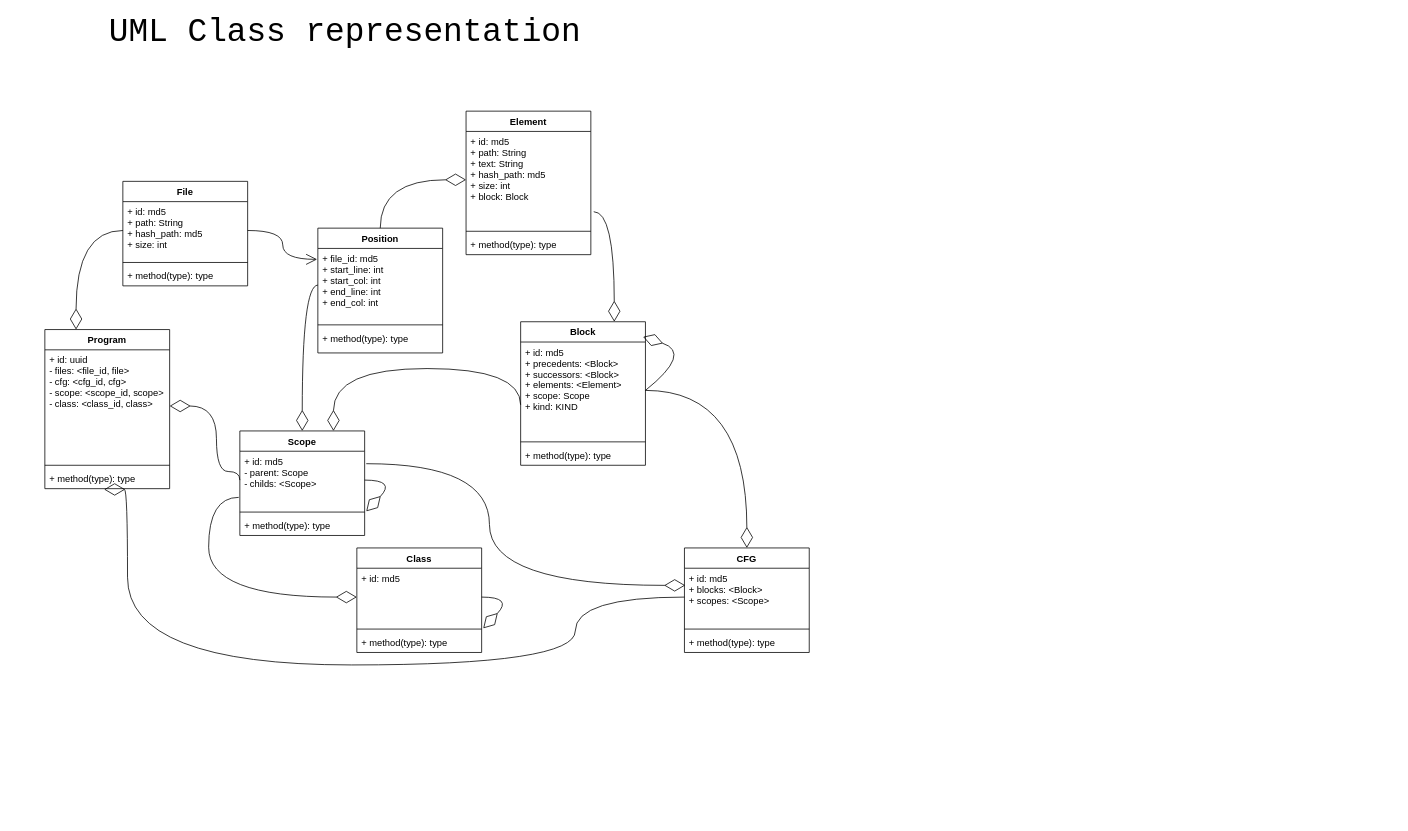
Earlier version of the draw.io diagram page "UML" (4 of 5) of doc/raisin.drawio (conformism/raisin). Source tidied: cells renumbered, new cells numbered last; positions are measured from the earlier drawing's top-left corner, leaving out a move shared by most shapes. Both pictures are drawn from the tidied source at 78%, with x=0, y=0 at pixel (13, 17).
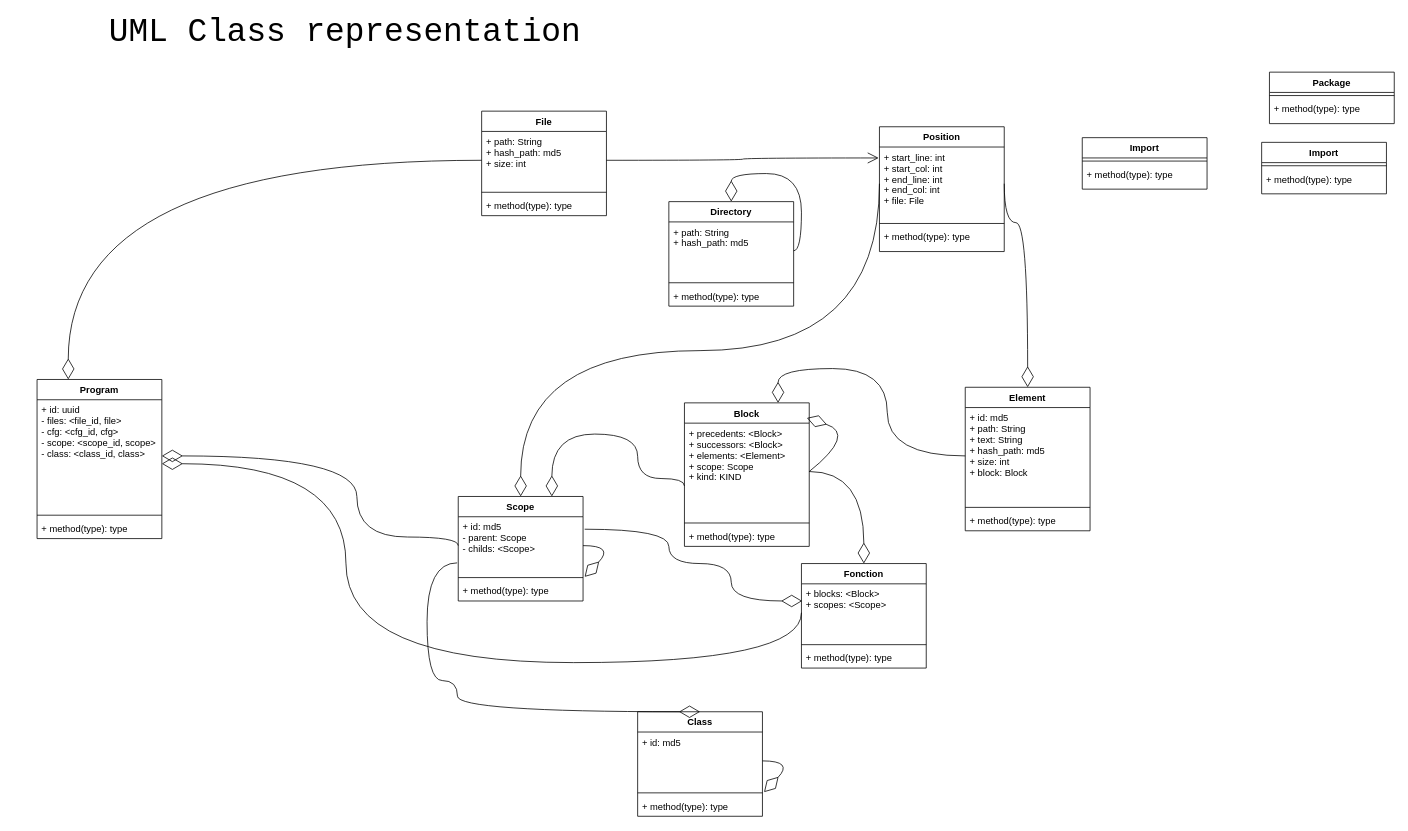
The same page after the edit.

Unchanged cells that the change refers to:
```xml
<mxCell id="12" value="+ id: md5&#10;+ path: String&#10;+ text: String&#10;+ hash_path: md5&#10;+ size: int&#10;+ block: Block" style="text;strokeColor=none;fillColor=none;align=left;verticalAlign=top;spacingLeft=4;spacingRight=4;overflow=hidden;points=[[0,0.5],[1,0.5]];portConstraint=eastwest;" parent="11" vertex="1">
  <mxGeometry y="26" width="160" height="124" as="geometry" />
</mxCell>
<mxCell id="16" value="+ id: md5&#10;- parent: Scope&#10;- childs: &lt;Scope&gt;" style="text;strokeColor=none;fillColor=none;align=left;verticalAlign=top;spacingLeft=4;spacingRight=4;overflow=hidden;points=[[0,0.5],[1,0.5]];portConstraint=eastwest;" parent="15" vertex="1">
  <mxGeometry y="26" width="160" height="74" as="geometry" />
</mxCell>
<mxCell id="25" value="+ id: uuid&#10;- files: &lt;file_id, file&gt;&#10;- cfg: &lt;cfg_id, cfg&gt;&#10;- scope: &lt;scope_id, scope&gt;&#10;- class: &lt;class_id, class&gt;" style="text;strokeColor=none;fillColor=none;align=left;verticalAlign=top;spacingLeft=4;spacingRight=4;overflow=hidden;points=[[0,0.5],[1,0.5]];portConstraint=eastwest;" parent="24" vertex="1">
  <mxGeometry y="26" width="160" height="144" as="geometry" />
</mxCell>
<mxCell id="27" value="+ method(type): type" style="text;strokeColor=none;fillColor=none;align=left;verticalAlign=top;spacingLeft=4;spacingRight=4;overflow=hidden;points=[[0,0.5],[1,0.5]];portConstraint=eastwest;" parent="24" vertex="1">
  <mxGeometry y="178" width="160" height="26" as="geometry" />
</mxCell>
<mxCell id="41" value="+ id: md5" style="text;strokeColor=none;fillColor=none;align=left;verticalAlign=top;spacingLeft=4;spacingRight=4;overflow=hidden;points=[[0,0.5],[1,0.5]];portConstraint=eastwest;" parent="40" vertex="1">
  <mxGeometry y="26" width="160" height="74" as="geometry" />
</mxCell>
```

Change to the diagram source:
```diff
@@
     <mxCell id="2" value="File" style="swimlane;fontStyle=1;align=center;verticalAlign=top;horizontal=1;startSize=26;" parent="1" vertex="1">
-      <mxGeometry x="140" y="210" width="160" height="134" as="geometry" />
+      <mxGeometry x="600" y="120" width="160" height="134" as="geometry" />
     </mxCell>
-    <mxCell id="3" value="+ id: md5&#10;+ path: String&#10;+ hash_path: md5&#10;+ size: int" style="text;strokeColor=none;fillColor=none;align=left;verticalAlign=top;spacingLeft=4;spacingRight=4;overflow=hidden;points=[[0,0.5],[1,0.5]];portConstraint=eastwest;" parent="2" vertex="1">
+    <mxCell id="3" value="+ path: String&#10;+ hash_path: md5&#10;+ size: int" style="text;strokeColor=none;fillColor=none;align=left;verticalAlign=top;spacingLeft=4;spacingRight=4;overflow=hidden;points=[[0,0.5],[1,0.5]];portConstraint=eastwest;" parent="2" vertex="1">
       <mxGeometry y="26" width="160" height="74" as="geometry" />
     </mxCell>
@@
     <mxCell id="6" value="Block" style="swimlane;fontStyle=1;align=center;verticalAlign=top;horizontal=1;startSize=26;" parent="1" vertex="1">
-      <mxGeometry x="650" y="390" width="160" height="184" as="geometry" />
+      <mxGeometry x="860" y="494" width="160" height="184" as="geometry" />
     </mxCell>
-    <mxCell id="7" value="+ id: md5&#10;+ precedents: &lt;Block&gt;&#10;+ successors: &lt;Block&gt;&#10;+ elements: &lt;Element&gt;&#10;+ scope: Scope&#10;+ kind: KIND" style="text;strokeColor=none;fillColor=none;align=left;verticalAlign=top;spacingLeft=4;spacingRight=4;overflow=hidden;points=[[0,0.5],[1,0.5]];portConstraint=eastwest;" parent="6" vertex="1">
+    <mxCell id="7" value="+ precedents: &lt;Block&gt;&#10;+ successors: &lt;Block&gt;&#10;+ elements: &lt;Element&gt;&#10;+ scope: Scope&#10;+ kind: KIND" style="text;strokeColor=none;fillColor=none;align=left;verticalAlign=top;spacingLeft=4;spacingRight=4;overflow=hidden;points=[[0,0.5],[1,0.5]];portConstraint=eastwest;" parent="6" vertex="1">
       <mxGeometry y="26" width="160" height="124" as="geometry" />
     </mxCell>
@@
     <mxCell id="11" value="Element" style="swimlane;fontStyle=1;align=center;verticalAlign=top;horizontal=1;startSize=26;" parent="1" vertex="1">
-      <mxGeometry x="580" y="120" width="160" height="184" as="geometry" />
+      <mxGeometry x="1220" y="474" width="160" height="184" as="geometry" />
     </mxCell>
@@
     <mxCell id="15" value="Scope" style="swimlane;fontStyle=1;align=center;verticalAlign=top;horizontal=1;startSize=26;" parent="1" vertex="1">
-      <mxGeometry x="290" y="530" width="160" height="134" as="geometry" />
+      <mxGeometry x="570" y="614" width="160" height="134" as="geometry" />
     </mxCell>
@@
-    <mxCell id="20" value="CFG" style="swimlane;fontStyle=1;align=center;verticalAlign=top;horizontal=1;startSize=26;" parent="1" vertex="1">
-      <mxGeometry x="860" y="680" width="160" height="134" as="geometry" />
+    <mxCell id="20" value="Fonction" style="swimlane;fontStyle=1;align=center;verticalAlign=top;horizontal=1;startSize=26;" parent="1" vertex="1">
+      <mxGeometry x="1010" y="700" width="160" height="134" as="geometry" />
     </mxCell>
-    <mxCell id="21" value="+ id: md5&#10;+ blocks: &lt;Block&gt;&#10;+ scopes: &lt;Scope&gt;" style="text;strokeColor=none;fillColor=none;align=left;verticalAlign=top;spacingLeft=4;spacingRight=4;overflow=hidden;points=[[0,0.5],[1,0.5]];portConstraint=eastwest;" parent="20" vertex="1">
+    <mxCell id="21" value="+ blocks: &lt;Block&gt;&#10;+ scopes: &lt;Scope&gt;" style="text;strokeColor=none;fillColor=none;align=left;verticalAlign=top;spacingLeft=4;spacingRight=4;overflow=hidden;points=[[0,0.5],[1,0.5]];portConstraint=eastwest;" parent="20" vertex="1">
       <mxGeometry y="26" width="160" height="74" as="geometry" />
     </mxCell>
@@
     <mxCell id="24" value="Program" style="swimlane;fontStyle=1;align=center;verticalAlign=top;horizontal=1;startSize=26;" parent="1" vertex="1">
-      <mxGeometry x="40" y="400" width="160" height="204" as="geometry" />
+      <mxGeometry x="30" y="464" width="160" height="204" as="geometry" />
     </mxCell>
@@
     <mxCell id="30" style="endArrow=diamondThin;endFill=0;endSize=24;html=1;exitX=0;exitY=0.649;exitDx=0;exitDy=0;entryX=0.75;entryY=0;entryDx=0;entryDy=0;exitPerimeter=0;edgeStyle=orthogonalEdgeStyle;curved=1;" parent="1" edge="1" source="7" target="15">
       <mxGeometry relative="1" as="geometry">
         <Array as="points">
-          <mxPoint x="650" y="450" />
-          <mxPoint x="410" y="450" />
+          <mxPoint x="800" y="591" />
+          <mxPoint x="800" y="534" />
+          <mxPoint x="690" y="534" />
         </Array>
       </mxGeometry>
     </mxCell>
     <mxCell id="31" value="Position" style="swimlane;fontStyle=1;align=center;verticalAlign=top;horizontal=1;startSize=26;" parent="1" vertex="1">
-      <mxGeometry x="390" y="270" width="160" height="160" as="geometry" />
+      <mxGeometry x="1110" y="140" width="160" height="160" as="geometry" />
     </mxCell>
-    <mxCell id="32" value="+ file_id: md5 &#10;+ start_line: int&#10;+ start_col: int&#10;+ end_line: int&#10;+ end_col: int" style="text;strokeColor=none;fillColor=none;align=left;verticalAlign=top;spacingLeft=4;spacingRight=4;overflow=hidden;points=[[0,0.5],[1,0.5]];portConstraint=eastwest;" parent="31" vertex="1">
+    <mxCell id="32" value="+ start_line: int&#10;+ start_col: int&#10;+ end_line: int&#10;+ end_col: int&#10;+ file: File" style="text;strokeColor=none;fillColor=none;align=left;verticalAlign=top;spacingLeft=4;spacingRight=4;overflow=hidden;points=[[0,0.5],[1,0.5]];portConstraint=eastwest;" parent="31" vertex="1">
       <mxGeometry y="26" width="160" height="94" as="geometry" />
     </mxCell>
@@
-    <mxCell id="35" style="endArrow=diamondThin;endFill=0;endSize=24;html=1;exitX=0.5;exitY=0;exitDx=0;exitDy=0;entryX=0;entryY=0.5;entryDx=0;entryDy=0;edgeStyle=orthogonalEdgeStyle;curved=1;" parent="1" edge="1" source="31" target="12">
+    <mxCell id="35" style="endArrow=diamondThin;endFill=0;endSize=24;html=1;exitX=1;exitY=0.5;exitDx=0;exitDy=0;entryX=0.5;entryY=0;entryDx=0;entryDy=0;edgeStyle=orthogonalEdgeStyle;curved=1;" parent="1" edge="1" source="32" target="11">
       <mxGeometry relative="1" as="geometry">
         <Array as="points">
-          <mxPoint x="470" y="208" />
+          <mxPoint x="1300" y="263" />
         </Array>
       </mxGeometry>
     </mxCell>
     <mxCell id="36" style="endArrow=diamondThin;endFill=0;endSize=24;html=1;exitX=0;exitY=0.5;exitDx=0;exitDy=0;entryX=0.5;entryY=0;entryDx=0;entryDy=0;edgeStyle=orthogonalEdgeStyle;curved=1;" parent="1" edge="1" source="32" target="15">
       <mxGeometry relative="1" as="geometry">
         <Array as="points">
-          <mxPoint x="370" y="343" />
+          <mxPoint x="650" y="427" />
         </Array>
       </mxGeometry>
     </mxCell>
@@
-    <mxCell id="39" style="endArrow=diamondThin;endFill=0;endSize=24;html=1;entryX=0.475;entryY=1.038;entryDx=0;entryDy=0;exitX=0;exitY=0.5;exitDx=0;exitDy=0;edgeStyle=orthogonalEdgeStyle;curved=1;entryPerimeter=0;" parent="1" edge="1" source="21" target="27">
+    <mxCell id="39" style="endArrow=diamondThin;endFill=0;endSize=24;html=1;exitX=0;exitY=0.5;exitDx=0;exitDy=0;edgeStyle=orthogonalEdgeStyle;curved=1;" parent="1" edge="1" source="21" target="25">
       <mxGeometry relative="1" as="geometry">
         <Array as="points">
-          <mxPoint x="720" y="743" />
-          <mxPoint x="720" y="830" />
-          <mxPoint x="146" y="830" />
+          <mxPoint x="1010" y="827" />
+          <mxPoint x="426" y="827" />
+          <mxPoint x="426" y="572" />
         </Array>
       </mxGeometry>
     </mxCell>
     <mxCell id="40" value="Class" style="swimlane;fontStyle=1;align=center;verticalAlign=top;horizontal=1;startSize=26;" parent="1" vertex="1">
-      <mxGeometry x="440" y="680" width="160" height="134" as="geometry" />
+      <mxGeometry x="800" y="890" width="160" height="134" as="geometry" />
     </mxCell>
@@
     <mxCell id="45" style="endArrow=diamondThin;endFill=0;endSize=24;html=1;exitX=1.013;exitY=0.216;exitDx=0;exitDy=0;edgeStyle=orthogonalEdgeStyle;curved=1;exitPerimeter=0;entryX=0.006;entryY=0.297;entryDx=0;entryDy=0;entryPerimeter=0;" parent="1" edge="1" source="16" target="21">
       <mxGeometry relative="1" as="geometry">
         <Array as="points">
-          <mxPoint x="610" y="572" />
-          <mxPoint x="610" y="728" />
+          <mxPoint x="840" y="656" />
+          <mxPoint x="840" y="700" />
+          <mxPoint x="920" y="700" />
+          <mxPoint x="920" y="748" />
         </Array>
       </mxGeometry>
     </mxCell>
     <mxCell id="46" style="endArrow=diamondThin;endFill=0;endSize=24;html=1;exitX=0;exitY=0.5;exitDx=0;exitDy=0;edgeStyle=orthogonalEdgeStyle;curved=1;entryX=1;entryY=0.5;entryDx=0;entryDy=0;" parent="1" edge="1" source="16" target="25">
       <mxGeometry relative="1" as="geometry">
         <Array as="points">
-          <mxPoint x="290" y="582" />
-          <mxPoint x="260" y="582" />
-          <mxPoint x="260" y="498" />
+          <mxPoint x="570" y="666" />
+          <mxPoint x="440" y="666" />
+          <mxPoint x="440" y="562" />
         </Array>
       </mxGeometry>
     </mxCell>
-    <mxCell id="47" style="endArrow=diamondThin;endFill=0;endSize=24;html=1;exitX=-0.009;exitY=0.799;exitDx=0;exitDy=0;entryX=0;entryY=0.5;entryDx=0;entryDy=0;edgeStyle=orthogonalEdgeStyle;curved=1;exitPerimeter=0;" parent="1" edge="1" source="16" target="41">
+    <mxCell id="47" style="endArrow=diamondThin;endFill=0;endSize=24;html=1;exitX=-0.009;exitY=0.799;exitDx=0;exitDy=0;entryX=0.5;entryY=0;entryDx=0;entryDy=0;edgeStyle=orthogonalEdgeStyle;curved=1;exitPerimeter=0;" parent="1" edge="1" source="16" target="40">
       <mxGeometry relative="1" as="geometry">
         <Array as="points">
-          <mxPoint x="250" y="615" />
-          <mxPoint x="250" y="743" />
+          <mxPoint x="530" y="699" />
+          <mxPoint x="530" y="850" />
+          <mxPoint x="569" y="850" />
+          <mxPoint x="569" y="890" />
         </Array>
       </mxGeometry>
     </mxCell>
-    <mxCell id="48" style="endArrow=diamondThin;endFill=0;endSize=24;html=1;exitX=1.023;exitY=0.83;exitDx=0;exitDy=0;entryX=0.75;entryY=0;entryDx=0;entryDy=0;edgeStyle=orthogonalEdgeStyle;curved=1;exitPerimeter=0;" parent="1" edge="1" source="12" target="6">
+    <mxCell id="48" style="endArrow=diamondThin;endFill=0;endSize=24;html=1;entryX=0.75;entryY=0;entryDx=0;entryDy=0;edgeStyle=orthogonalEdgeStyle;curved=1;exitX=0;exitY=0.5;exitDx=0;exitDy=0;" parent="1" edge="1" source="12" target="6">
       <mxGeometry relative="1" as="geometry">
         <Array as="points">
-          <mxPoint x="770" y="249" />
+          <mxPoint x="1120" y="562" />
+          <mxPoint x="1120" y="450" />
+          <mxPoint x="980" y="450" />
         </Array>
       </mxGeometry>
     </mxCell>
+    <mxCell id="49" value="Directory" style="swimlane;fontStyle=1;align=center;verticalAlign=top;horizontal=1;startSize=26;" parent="1" vertex="1">
+      <mxGeometry x="840" y="236" width="160" height="134" as="geometry" />
+    </mxCell>
+    <mxCell id="50" value="+ path: String&#10;+ hash_path: md5" style="text;strokeColor=none;fillColor=none;align=left;verticalAlign=top;spacingLeft=4;spacingRight=4;overflow=hidden;points=[[0,0.5],[1,0.5]];portConstraint=eastwest;" parent="49" vertex="1">
+      <mxGeometry y="26" width="160" height="74" as="geometry" />
+    </mxCell>
+    <mxCell id="51" style="line;strokeWidth=1;fillColor=none;align=left;verticalAlign=middle;spacingTop=-1;spacingLeft=3;spacingRight=3;labelPosition=right;" parent="49" vertex="1">
+      <mxGeometry y="100" width="160" height="8" as="geometry" />
+    </mxCell>
+    <mxCell id="52" value="+ method(type): type" style="text;strokeColor=none;fillColor=none;align=left;verticalAlign=top;spacingLeft=4;spacingRight=4;overflow=hidden;" parent="49" vertex="1">
+      <mxGeometry y="108" width="160" height="26" as="geometry" />
+    </mxCell>
+    <mxCell id="53" style="endArrow=diamondThin;endFill=0;endSize=24;html=1;exitX=1;exitY=0.5;exitDx=0;exitDy=0;entryX=0.5;entryY=0;entryDx=0;entryDy=0;edgeStyle=orthogonalEdgeStyle;curved=1;" parent="49" edge="1" source="50" target="49">
+      <mxGeometry relative="1" as="geometry">
+        <Array as="points">
+          <mxPoint x="170" y="63" />
+          <mxPoint x="170" y="-36" />
+          <mxPoint x="80" y="-36" />
+        </Array>
+      </mxGeometry>
+    </mxCell>
+    <mxCell id="54" value="Package" style="swimlane;fontStyle=1;align=center;verticalAlign=top;horizontal=1;startSize=26;" parent="1" vertex="1">
+      <mxGeometry x="1610" y="70" width="160" height="66" as="geometry" />
+    </mxCell>
+    <mxCell id="55" style="line;strokeWidth=1;fillColor=none;align=left;verticalAlign=middle;spacingTop=-1;spacingLeft=3;spacingRight=3;labelPosition=right;" parent="54" vertex="1">
+      <mxGeometry y="26" width="160" height="8" as="geometry" />
+    </mxCell>
+    <mxCell id="56" value="+ method(type): type" style="text;strokeColor=none;fillColor=none;align=left;verticalAlign=top;spacingLeft=4;spacingRight=4;overflow=hidden;" parent="54" vertex="1">
+      <mxGeometry y="34" width="160" height="32" as="geometry" />
+    </mxCell>
+    <mxCell id="57" value="Import" style="swimlane;fontStyle=1;align=center;verticalAlign=top;horizontal=1;startSize=26;" parent="1" vertex="1">
+      <mxGeometry x="1600" y="160" width="160" height="66" as="geometry" />
+    </mxCell>
+    <mxCell id="58" style="line;strokeWidth=1;fillColor=none;align=left;verticalAlign=middle;spacingTop=-1;spacingLeft=3;spacingRight=3;labelPosition=right;" parent="57" vertex="1">
+      <mxGeometry y="26" width="160" height="8" as="geometry" />
+    </mxCell>
+    <mxCell id="59" value="+ method(type): type" style="text;strokeColor=none;fillColor=none;align=left;verticalAlign=top;spacingLeft=4;spacingRight=4;overflow=hidden;" parent="57" vertex="1">
+      <mxGeometry y="34" width="160" height="32" as="geometry" />
+    </mxCell>
+    <mxCell id="60" value="Import" style="swimlane;fontStyle=1;align=center;verticalAlign=top;horizontal=1;startSize=26;" parent="1" vertex="1">
+      <mxGeometry x="1370" y="154" width="160" height="66" as="geometry" />
+    </mxCell>
+    <mxCell id="61" style="line;strokeWidth=1;fillColor=none;align=left;verticalAlign=middle;spacingTop=-1;spacingLeft=3;spacingRight=3;labelPosition=right;" parent="60" vertex="1">
+      <mxGeometry y="26" width="160" height="8" as="geometry" />
+    </mxCell>
+    <mxCell id="62" value="+ method(type): type" style="text;strokeColor=none;fillColor=none;align=left;verticalAlign=top;spacingLeft=4;spacingRight=4;overflow=hidden;" parent="60" vertex="1">
+      <mxGeometry y="34" width="160" height="32" as="geometry" />
+    </mxCell>
```
